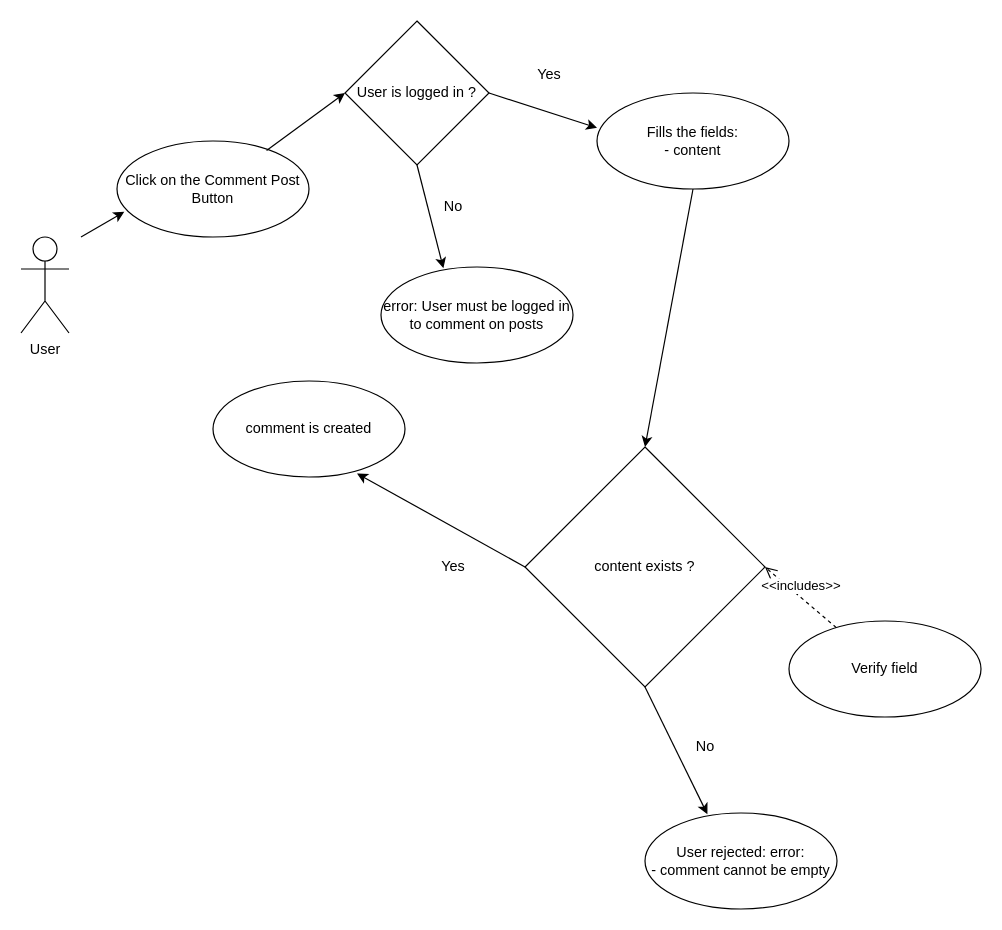
The draw.io diagram UML/use cases diagrams/use case comment post.drawio in AlexisT37/p5myblog, before the edit. Source tidied: cells renumbered, new cells numbered last; positions are measured from the earlier drawing's top-left corner, leaving out a move shared by most shapes. Both pictures are drawn from the tidied source at 120%, with x=0, y=0 at pixel (20, 20).
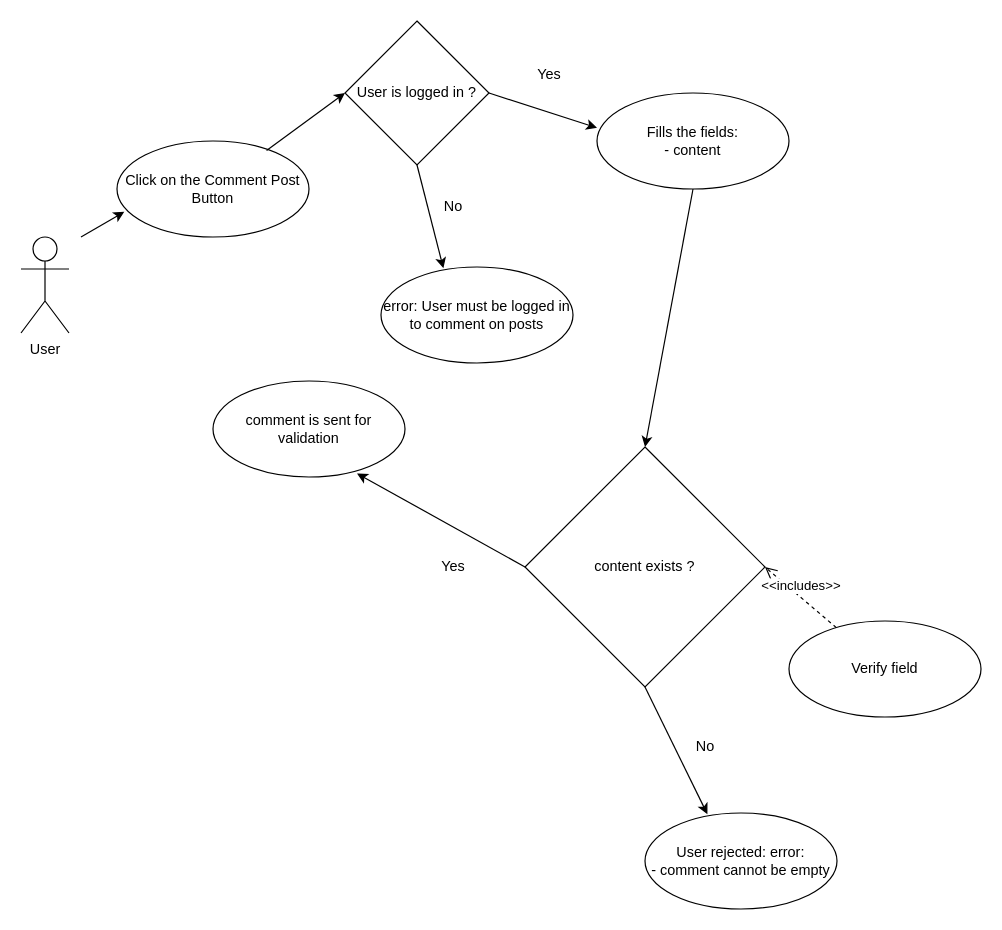
The same diagram, later.

Commit message (it also covers changes not shown here):
feat: correct use cases

The edit, as a diff of the source:
```diff
@@
-    <mxCell id="14" value="comment is created" style="ellipse;whiteSpace=wrap;html=1;" parent="1" vertex="1">
+    <mxCell id="14" value="comment is sent for validation" style="ellipse;whiteSpace=wrap;html=1;" parent="1" vertex="1">
       <mxGeometry x="160" y="300" width="160" height="80" as="geometry" />
     </mxCell>
```
